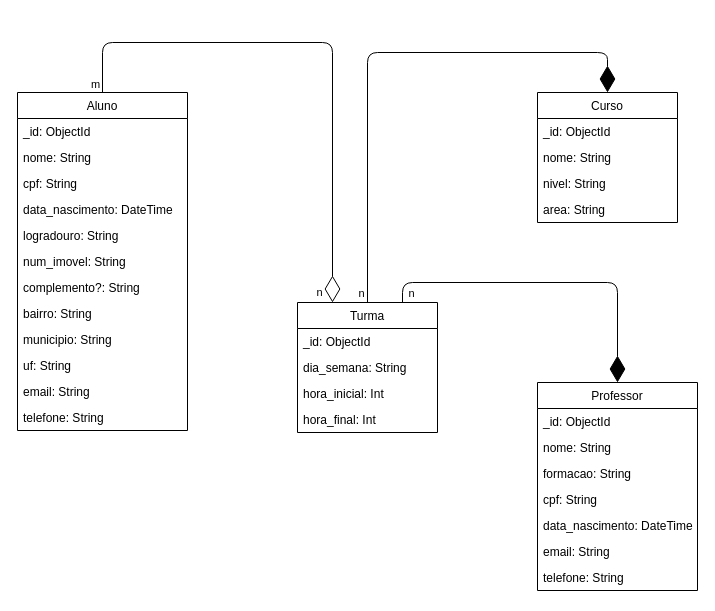
Above: page "Página-2" (2 of 2) of docs/modelagem-bd.drawio in CaykMagnani/bn-not-2023-2 (draw.io), before the change. Source tidied: cells renumbered, new cells numbered last; positions are measured from the earlier drawing's top-left corner, leaving out a move shared by most shapes. Both pictures are drawn from the tidied source at 100%, with x=0, y=0 at pixel (17, 42).
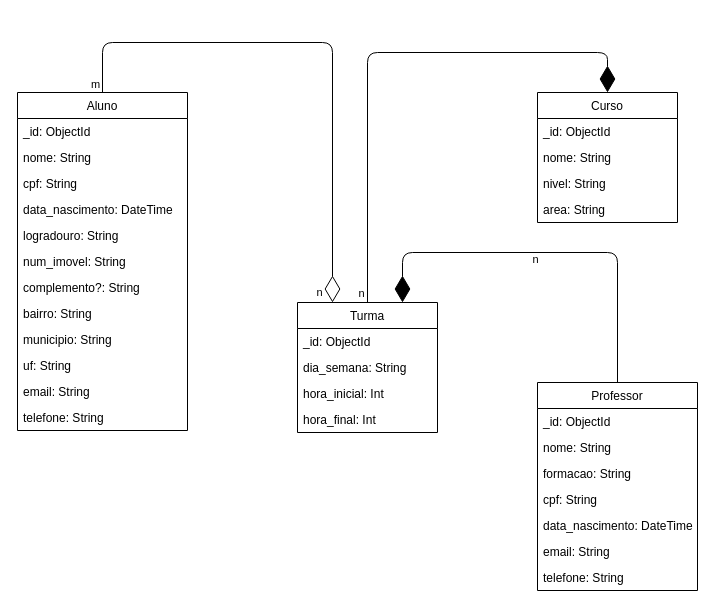
After the change.

Unchanged cells that the change refers to:
```xml
<mxCell id="20" value="Turma" style="swimlane;fontStyle=0;horizontal=1;startSize=26;fillColor=none;" parent="1" vertex="1">
  <mxGeometry x="280" y="260" width="140" height="130" as="geometry" />
</mxCell>
<mxCell id="25" value="Professor" style="swimlane;fontStyle=0;horizontal=1;startSize=26;fillColor=none;" parent="1" vertex="1">
  <mxGeometry x="520" y="340" width="160" height="208" as="geometry" />
</mxCell>
```

Change to the diagram source:
```diff
@@
-    <mxCell id="33" style="endArrow=diamondThin;endFill=1;endSize=24;html=1;entryX=0.5;entryY=0;entryDx=0;entryDy=0;edgeStyle=orthogonalEdgeStyle;exitX=0.75;exitY=0;exitDx=0;exitDy=0;" parent="1" edge="1" source="20" target="25">
+    <mxCell id="33" style="endArrow=diamondThin;endFill=1;endSize=24;html=1;entryX=0.75;entryY=0;entryDx=0;entryDy=0;edgeStyle=orthogonalEdgeStyle;exitX=0.5;exitY=0;exitDx=0;exitDy=0;" parent="1" edge="1" source="25" target="20">
       <mxGeometry relative="1" as="geometry">
         <Array as="points">
-          <mxPoint x="385" y="240" />
-          <mxPoint x="600" y="240" />
+          <mxPoint x="600" y="210" />
+          <mxPoint x="385" y="210" />
         </Array>
       </mxGeometry>
     </mxCell>
```
